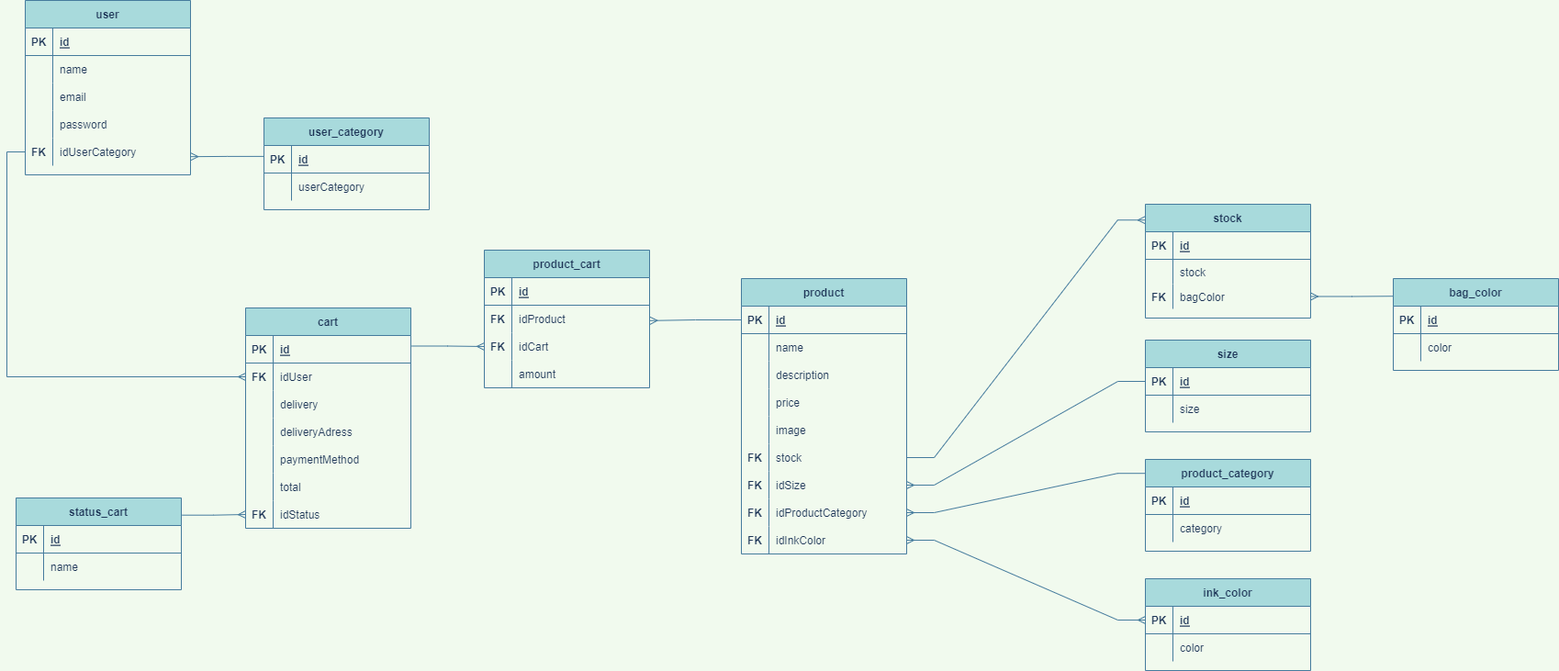
Before: design/DER.png, a diagram exported from draw.io (grupo-6-dh/grupo_6_publicity). Source tidied: cells renumbered, new cells last; positions are measured from the earlier drawing's top-left corner, leaving out a move shared by most shapes.
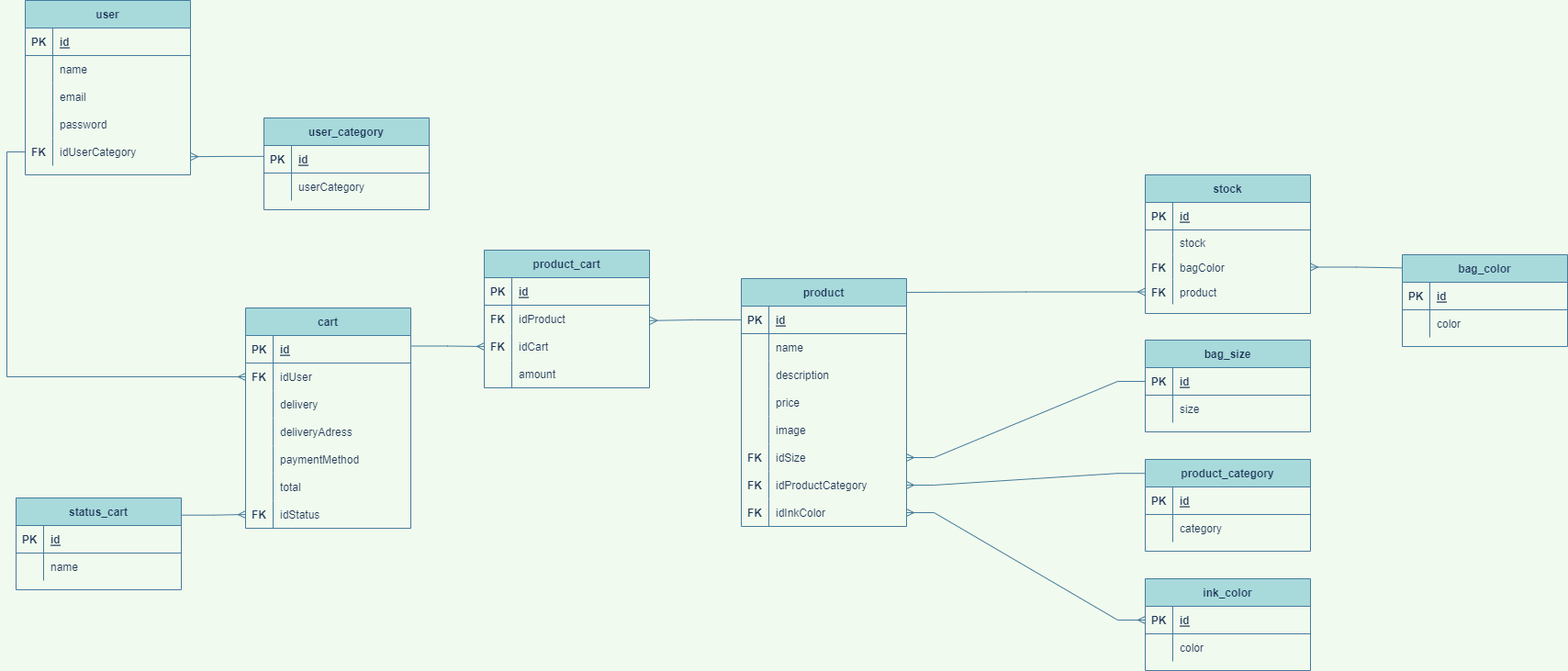
The same file after the commit.

Diff of the diagram source:
```diff
@@ -3,7 +3,7 @@
     <mxCell id="0" />
     <mxCell id="1" parent="0" />
     <mxCell id="2" value="product" style="shape=table;startSize=30;rowLines=0;fontStyle=1;align=center;fontColor=#1D3557;strokeColor=#457B9D;fillColor=#A8DADC;" parent="1" vertex="1">
-      <mxGeometry x="800" y="303" width="180" height="300" as="geometry" />
+      <mxGeometry x="800" y="303" width="180" height="270" as="geometry" />
     </mxCell>
     <mxCell id="3" style="shape=tableRow;horizontal=0;startSize=0;swimlaneHead=0;swimlaneBody=0;fillColor=none;points=[[0,0.5],[1,0.5]];portConstraint=eastwest;top=0;left=0;right=0;bottom=1;fontColor=#1D3557;strokeColor=#457B9D;" parent="2" vertex="1">
       <mxGeometry y="30" width="180" height="30" as="geometry" />
@@ -50,17 +50,8 @@
     <mxCell id="17" value="image" style="shape=partialRectangle;fillColor=none;top=0;left=0;bottom=0;right=0;align=left;spacingLeft=6;overflow=hidden;fontColor=#1D3557;strokeColor=#457B9D;" parent="15" vertex="1">
       <mxGeometry x="30" width="150" height="30" as="geometry" />
     </mxCell>
-    <mxCell id="18" style="shape=tableRow;horizontal=0;startSize=0;swimlaneHead=0;swimlaneBody=0;fillColor=none;points=[[0,0.5],[1,0.5]];portConstraint=eastwest;top=0;left=0;right=0;bottom=0;fontColor=#1D3557;strokeColor=#457B9D;" parent="2" vertex="1">
-      <mxGeometry y="180" width="180" height="30" as="geometry" />
-    </mxCell>
-    <mxCell id="19" value="FK" style="shape=partialRectangle;fillColor=none;top=0;left=0;bottom=0;right=0;overflow=hidden;fontColor=#1D3557;strokeColor=#457B9D;fontStyle=1;" parent="18" vertex="1">
-      <mxGeometry width="30" height="30" as="geometry" />
-    </mxCell>
-    <mxCell id="20" value="stock" style="shape=partialRectangle;fillColor=none;top=0;left=0;bottom=0;right=0;align=left;spacingLeft=6;overflow=hidden;fontColor=#1D3557;strokeColor=#457B9D;" parent="18" vertex="1">
-      <mxGeometry x="30" width="150" height="30" as="geometry" />
-    </mxCell>
     <mxCell id="21" style="shape=tableRow;horizontal=0;startSize=0;swimlaneHead=0;swimlaneBody=0;fillColor=none;points=[[0,0.5],[1,0.5]];portConstraint=eastwest;top=0;left=0;right=0;bottom=0;fontColor=#1D3557;strokeColor=#457B9D;" parent="2" vertex="1">
-      <mxGeometry y="210" width="180" height="30" as="geometry" />
+      <mxGeometry y="180" width="180" height="30" as="geometry" />
     </mxCell>
     <mxCell id="22" value="FK" style="shape=partialRectangle;fillColor=none;top=0;left=0;bottom=0;right=0;overflow=hidden;fontColor=#1D3557;strokeColor=#457B9D;fontStyle=1;" parent="21" vertex="1">
       <mxGeometry width="30" height="30" as="geometry" />
@@ -69,7 +60,7 @@
       <mxGeometry x="30" width="150" height="30" as="geometry" />
     </mxCell>
     <mxCell id="24" style="shape=tableRow;horizontal=0;startSize=0;swimlaneHead=0;swimlaneBody=0;fillColor=none;points=[[0,0.5],[1,0.5]];portConstraint=eastwest;top=0;left=0;right=0;bottom=0;fontColor=#1D3557;strokeColor=#457B9D;" parent="2" vertex="1">
-      <mxGeometry y="240" width="180" height="30" as="geometry" />
+      <mxGeometry y="210" width="180" height="30" as="geometry" />
     </mxCell>
     <mxCell id="25" value="FK" style="shape=partialRectangle;fillColor=none;top=0;left=0;bottom=0;right=0;overflow=hidden;fontColor=#1D3557;strokeColor=#457B9D;fontStyle=1;" parent="24" vertex="1">
       <mxGeometry width="30" height="30" as="geometry" />
@@ -78,7 +69,7 @@
       <mxGeometry x="30" width="150" height="30" as="geometry" />
     </mxCell>
     <mxCell id="27" style="shape=tableRow;horizontal=0;startSize=0;swimlaneHead=0;swimlaneBody=0;fillColor=none;points=[[0,0.5],[1,0.5]];portConstraint=eastwest;top=0;left=0;right=0;bottom=0;fontColor=#1D3557;strokeColor=#457B9D;" parent="2" vertex="1">
-      <mxGeometry y="270" width="180" height="30" as="geometry" />
+      <mxGeometry y="240" width="180" height="30" as="geometry" />
     </mxCell>
     <mxCell id="28" value="FK" style="shape=partialRectangle;fillColor=none;top=0;left=0;bottom=0;right=0;overflow=hidden;fontColor=#1D3557;strokeColor=#457B9D;fontStyle=1;" parent="27" vertex="1">
       <mxGeometry width="30" height="30" as="geometry" />
@@ -86,7 +77,7 @@
     <mxCell id="29" value="idInkColor" style="shape=partialRectangle;fillColor=none;top=0;left=0;bottom=0;right=0;align=left;spacingLeft=6;overflow=hidden;fontColor=#1D3557;strokeColor=#457B9D;" parent="27" vertex="1">
       <mxGeometry x="30" width="150" height="30" as="geometry" />
     </mxCell>
-    <mxCell id="30" value="size" style="shape=table;startSize=30;rowLines=0;fontStyle=1;align=center;fontColor=#1D3557;strokeColor=#457B9D;fillColor=#A8DADC;" parent="1" vertex="1">
+    <mxCell id="30" value="bag_size" style="shape=table;startSize=30;rowLines=0;fontStyle=1;align=center;fontColor=#1D3557;strokeColor=#457B9D;fillColor=#A8DADC;" parent="1" vertex="1">
       <mxGeometry x="1240" y="370" width="180" height="100" as="geometry" />
     </mxCell>
     <mxCell id="31" style="shape=tableRow;horizontal=0;startSize=0;swimlaneHead=0;swimlaneBody=0;fillColor=none;points=[[0,0.5],[1,0.5]];portConstraint=eastwest;top=0;left=0;right=0;bottom=1;fontColor=#1D3557;strokeColor=#457B9D;" parent="30" vertex="1">
@@ -129,7 +120,7 @@
       <mxGeometry x="30" width="150" height="30" as="geometry" />
     </mxCell>
     <mxCell id="44" value="bag_color" style="shape=table;startSize=30;rowLines=0;fontStyle=1;align=center;fontColor=#1D3557;strokeColor=#457B9D;fillColor=#A8DADC;" parent="1" vertex="1">
-      <mxGeometry x="1510" y="303" width="180" height="100" as="geometry" />
+      <mxGeometry x="1520" y="277" width="180" height="100" as="geometry" />
     </mxCell>
     <mxCell id="45" style="shape=tableRow;horizontal=0;startSize=0;swimlaneHead=0;swimlaneBody=0;fillColor=none;top=0;left=0;right=0;bottom=1;fontColor=#1D3557;strokeColor=#457B9D;" parent="44" vertex="1">
       <mxGeometry y="30" width="180" height="30" as="geometry" />
@@ -371,7 +362,7 @@
     <mxCell id="124" style="edgeStyle=entityRelationEdgeStyle;fontSize=12;html=1;endArrow=ERmany;rounded=0;fontColor=#1D3557;strokeColor=#457B9D;fillColor=#A8DADC;entryX=1;entryY=0.5;entryDx=0;entryDy=0;exitX=0;exitY=0.5;exitDx=0;exitDy=0;" parent="1" edge="1" source="31" target="21">
       <mxGeometry relative="1" as="geometry" />
     </mxCell>
-    <mxCell id="125" style="edgeStyle=orthogonalEdgeStyle;fontSize=12;html=1;endArrow=none;startArrow=ERmany;rounded=0;fontColor=#1D3557;strokeColor=#457B9D;fillColor=#A8DADC;exitX=1;exitY=0.5;exitDx=0;exitDy=0;entryX=0.002;entryY=0.192;entryDx=0;entryDy=0;entryPerimeter=0;endFill=0;" parent="1" edge="1" source="139" target="44">
+    <mxCell id="125" style="edgeStyle=orthogonalEdgeStyle;fontSize=12;html=1;endArrow=none;startArrow=ERmany;rounded=0;fontColor=#1D3557;strokeColor=#457B9D;fillColor=#A8DADC;exitX=1;exitY=0.5;exitDx=0;exitDy=0;entryX=0.001;entryY=0.144;entryDx=0;entryDy=0;entryPerimeter=0;endFill=0;" parent="1" edge="1" source="139" target="44">
       <mxGeometry relative="1" as="geometry" />
     </mxCell>
     <mxCell id="126" style="edgeStyle=entityRelationEdgeStyle;fontSize=12;html=1;endArrow=ERmany;startArrow=ERmany;rounded=0;fontColor=#1D3557;strokeColor=#457B9D;fillColor=#A8DADC;entryX=0;entryY=0.5;entryDx=0;entryDy=0;exitX=1;exitY=0.5;exitDx=0;exitDy=0;" parent="1" edge="1" source="27" target="52">
@@ -398,7 +389,7 @@
       <mxGeometry relative="1" as="geometry" />
     </mxCell>
     <mxCell id="132" value="stock" style="shape=table;startSize=30;rowLines=0;fontStyle=1;align=center;fontColor=#1D3557;strokeColor=#457B9D;fillColor=#A8DADC;" parent="1" vertex="1">
-      <mxGeometry x="1240" y="222" width="180" height="124" as="geometry" />
+      <mxGeometry x="1240" y="190" width="180" height="151" as="geometry" />
     </mxCell>
     <mxCell id="133" style="shape=tableRow;horizontal=0;startSize=0;swimlaneHead=0;swimlaneBody=0;fillColor=none;top=0;left=0;right=0;bottom=1;fontColor=#1D3557;strokeColor=#457B9D;" parent="132" vertex="1">
       <mxGeometry y="30" width="180" height="30" as="geometry" />
@@ -427,8 +418,19 @@
     <mxCell id="141" value="bagColor" style="shape=partialRectangle;fillColor=none;top=0;left=0;bottom=0;right=0;align=left;spacingLeft=6;overflow=hidden;fontColor=#1D3557;strokeColor=#457B9D;" parent="139" vertex="1">
       <mxGeometry x="30" width="150" height="27" as="geometry" />
     </mxCell>
+    <mxCell id="143" style="shape=tableRow;horizontal=0;startSize=0;swimlaneHead=0;swimlaneBody=0;fillColor=none;points=[[0,0.5],[1,0.5]];portConstraint=eastwest;top=0;left=0;right=0;bottom=0;fontColor=#1D3557;strokeColor=#457B9D;" parent="132" vertex="1">
+      <mxGeometry y="114" width="180" height="27" as="geometry" />
+    </mxCell>
+    <mxCell id="19" value="FK" style="shape=partialRectangle;fillColor=none;top=0;left=0;bottom=0;right=0;overflow=hidden;fontColor=#1D3557;strokeColor=#457B9D;fontStyle=1;" parent="143" vertex="1">
+      <mxGeometry width="30" height="27" as="geometry" />
+    </mxCell>
+    <mxCell id="144" value="product" style="shape=partialRectangle;fillColor=none;top=0;left=0;bottom=0;right=0;align=left;spacingLeft=6;overflow=hidden;fontColor=#1D3557;strokeColor=#457B9D;" parent="143" vertex="1">
+      <mxGeometry x="30" width="150" height="27" as="geometry" />
+    </mxCell>
-    <mxCell id="142" style="edgeStyle=entityRelationEdgeStyle;fontSize=12;html=1;endArrow=none;rounded=0;fontColor=#1D3557;strokeColor=#457B9D;fillColor=#A8DADC;entryX=1;entryY=0.5;entryDx=0;entryDy=0;exitX=-0.001;exitY=0.139;exitDx=0;exitDy=0;exitPerimeter=0;startArrow=ERmany;startFill=0;endFill=0;" parent="1" edge="1" source="132" target="18">
-      <mxGeometry relative="1" as="geometry" />
+    <mxCell id="142" style="edgeStyle=orthogonalEdgeStyle;fontSize=12;html=1;endArrow=none;rounded=0;fontColor=#1D3557;strokeColor=#457B9D;fillColor=#A8DADC;exitX=0;exitY=0.5;exitDx=0;exitDy=0;startArrow=ERmany;startFill=0;endFill=0;" parent="1" edge="1" source="143">
+      <mxGeometry relative="1" as="geometry">
+        <mxPoint x="980" y="318" as="targetPoint" />
+      </mxGeometry>
     </mxCell>
   </root>
 </mxGraphModel>
```
